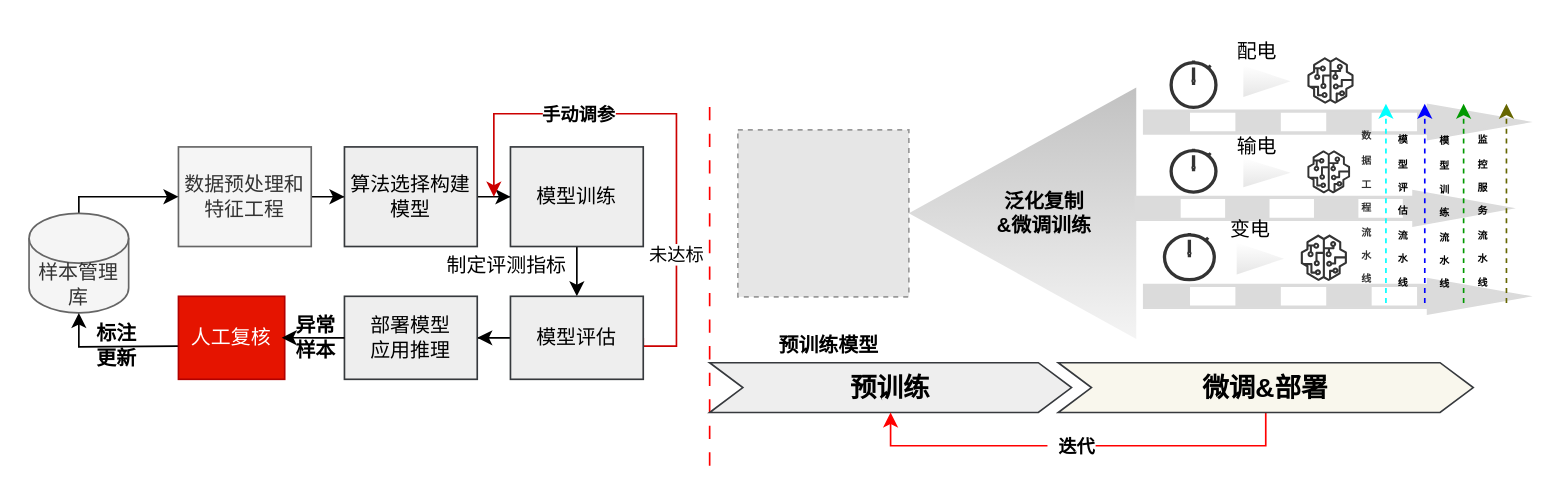
paleblackless/diagrams keeps this draw.io diagram as page "手动调优和自动调优" (3 of 4) of MLops流程架构.drawio. Above is the earlier version. Source tidied: cells renumbered, new cells numbered last; positions are measured from the earlier drawing's top-left corner, leaving out a move shared by most shapes. Both pictures are drawn from the tidied source at 166%, with x=0, y=0 at pixel (28, 38). Pictures stored in the file or linked from it are replaced by grey dashed boxes.
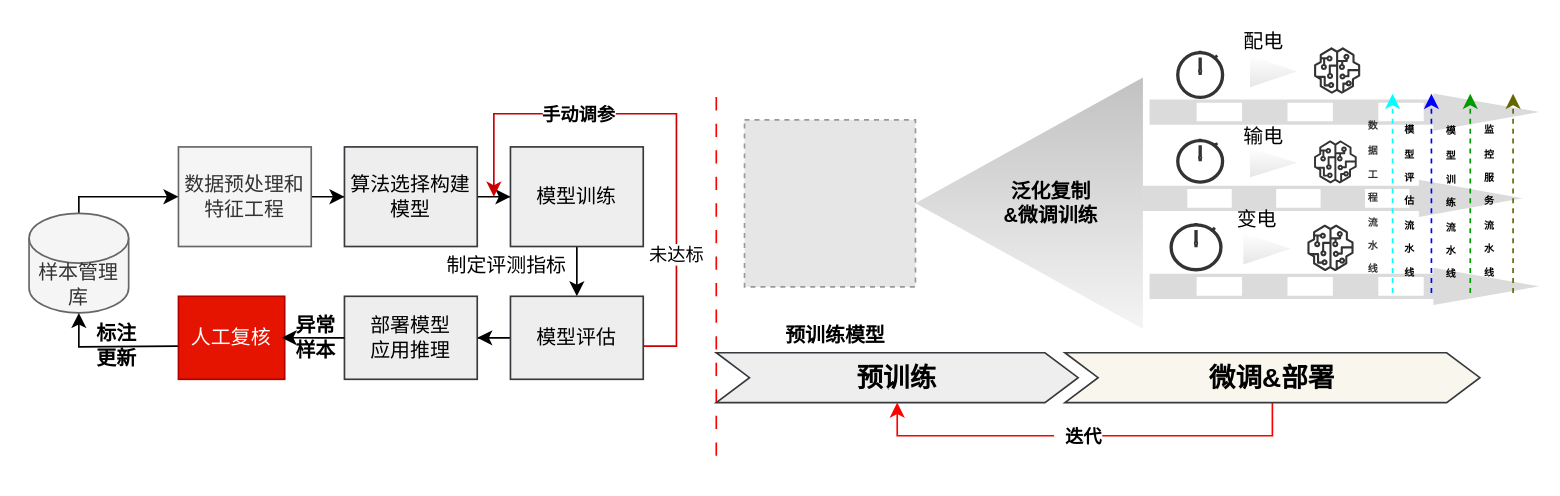
Above is the later version.

Commit message:
更新MLops流程架构.drawio

What changed in the source:
```diff
@@
-    <mxCell id="18" style="endArrow=none;html=1;rounded=0;dashed=1;dashPattern=8 8;strokeColor=#FF0000;" parent="1" edge="1">
-      <mxGeometry relative="1" as="geometry">
-        <mxPoint x="410" y="257" as="sourcePoint" />
-        <mxPoint x="410" y="37" as="targetPoint" />
-      </mxGeometry>
-    </mxCell>
@@
+    <mxCell id="58" style="group;" parent="1" vertex="1">
+      <mxGeometry x="414" y="-6" width="490" height="257" as="geometry" />
+    </mxCell>
+    <mxCell id="18" style="endArrow=none;html=1;rounded=0;dashed=1;dashPattern=8 8;strokeColor=#FF0000;" parent="58" edge="1">
+      <mxGeometry relative="1" as="geometry">
+        <mxPoint y="257" as="sourcePoint" />
+        <mxPoint y="37" as="targetPoint" />
+      </mxGeometry>
+    </mxCell>
-    <mxCell id="23" style="group;strokeWidth=2;" parent="1" vertex="1">
-      <mxGeometry x="410" y="195" width="460" height="30" as="geometry" />
+    <mxCell id="23" style="group;strokeWidth=2;" parent="58" vertex="1">
+      <mxGeometry y="195" width="460" height="30" as="geometry" />
     </mxCell>
@@
-    <mxCell id="28" value="&lt;b&gt;&lt;span style=&quot;white-space: pre;&quot;&gt;&#9;&lt;/span&gt;泛化复制&lt;br&gt;&lt;span style=&quot;white-space: pre;&quot;&gt;&#9;&lt;/span&gt;&amp;amp;微调训练&lt;/b&gt;" style="triangle;whiteSpace=wrap;html=1;rotation=0;fillColor=#DBDBDB;strokeColor=none;gradientColor=#333333;opacity=30;direction=west;" parent="1" vertex="1">
-      <mxGeometry x="530" y="29.2" width="137" height="151.5" as="geometry" />
+    <mxCell id="28" value="&lt;b&gt;&lt;span style=&quot;white-space: pre;&quot;&gt;&#9;&lt;/span&gt;泛化复制&lt;br&gt;&lt;span style=&quot;white-space: pre;&quot;&gt;&#9;&lt;/span&gt;&amp;amp;微调训练&lt;/b&gt;" style="triangle;whiteSpace=wrap;html=1;rotation=0;fillColor=#DBDBDB;strokeColor=none;gradientColor=#333333;opacity=30;direction=west;" parent="58" vertex="1">
+      <mxGeometry x="120" y="29.2" width="137" height="151.5" as="geometry" />
     </mxCell>
-    <mxCell id="29" style="fillColor=#E6E6E6;strokeColor=#999999;dashed=1;verticalLabelPosition=bottom;labelBackgroundColor=default;verticalAlign=top;" parent="1" vertex="1">
-      <mxGeometry x="427" y="54.7" width="103" height="100.6" as="geometry" />
+    <mxCell id="29" style="fillColor=#E6E6E6;strokeColor=#999999;dashed=1;verticalLabelPosition=bottom;labelBackgroundColor=default;verticalAlign=top;" parent="58" vertex="1">
+      <mxGeometry x="17" y="54.7" width="103" height="100.6" as="geometry" />
     </mxCell>
-    <mxCell id="30" value="&lt;b&gt;预训练模型&lt;/b&gt;" style="text;html=1;strokeColor=none;fillColor=none;align=center;verticalAlign=middle;whiteSpace=wrap;rounded=0;" parent="1" vertex="1">
-      <mxGeometry x="442.5" y="169.5" width="78" height="30" as="geometry" />
+    <mxCell id="30" value="&lt;b&gt;预训练模型&lt;/b&gt;" style="text;html=1;strokeColor=none;fillColor=none;align=center;verticalAlign=middle;whiteSpace=wrap;rounded=0;" parent="58" vertex="1">
+      <mxGeometry x="32.5" y="169.5" width="78" height="30" as="geometry" />
     </mxCell>
-    <mxCell id="31" style="verticalLabelPosition=bottom;html=1;verticalAlign=top;strokeWidth=2;shape=mxgraph.lean_mapping.push_arrow;strokeColor=#DBDBDB;" parent="1" vertex="1">
-      <mxGeometry x="672" y="40" width="228" height="20" as="geometry" />
+    <mxCell id="31" style="verticalLabelPosition=bottom;html=1;verticalAlign=top;strokeWidth=2;shape=mxgraph.lean_mapping.push_arrow;strokeColor=#DBDBDB;" parent="58" vertex="1">
+      <mxGeometry x="262" y="40" width="228" height="20" as="geometry" />
     </mxCell>
-    <mxCell id="32" style="verticalLabelPosition=bottom;html=1;verticalAlign=top;strokeWidth=2;shape=mxgraph.lean_mapping.push_arrow;strokeColor=#DBDBDB;" parent="1" vertex="1">
-      <mxGeometry x="667" y="92" width="223" height="20" as="geometry" />
+    <mxCell id="32" style="verticalLabelPosition=bottom;html=1;verticalAlign=top;strokeWidth=2;shape=mxgraph.lean_mapping.push_arrow;strokeColor=#DBDBDB;" parent="58" vertex="1">
+      <mxGeometry x="257" y="92" width="223" height="20" as="geometry" />
     </mxCell>
-    <mxCell id="33" style="verticalLabelPosition=bottom;html=1;verticalAlign=top;strokeWidth=2;shape=mxgraph.lean_mapping.push_arrow;strokeColor=#DBDBDB;" parent="1" vertex="1">
-      <mxGeometry x="672" y="145" width="228" height="20" as="geometry" />
+    <mxCell id="33" style="verticalLabelPosition=bottom;html=1;verticalAlign=top;strokeWidth=2;shape=mxgraph.lean_mapping.push_arrow;strokeColor=#DBDBDB;" parent="58" vertex="1">
+      <mxGeometry x="262" y="145" width="228" height="20" as="geometry" />
     </mxCell>
-    <mxCell id="34" style="group;" parent="1" vertex="1">
-      <mxGeometry x="688" width="110" height="41.2" as="geometry" />
+    <mxCell id="34" style="group;" parent="58" vertex="1">
+      <mxGeometry x="278" width="110" height="41.2" as="geometry" />
     </mxCell>
@@
-    <mxCell id="39" style="group;" parent="1" vertex="1">
-      <mxGeometry x="688" y="58" width="110" height="37" as="geometry" />
+    <mxCell id="39" style="group;" parent="58" vertex="1">
+      <mxGeometry x="278" y="58" width="110" height="37" as="geometry" />
     </mxCell>
@@
-    <mxCell id="44" style="group;" parent="1" vertex="1">
-      <mxGeometry x="684" y="108" width="110" height="40" as="geometry" />
+    <mxCell id="44" style="group;" parent="58" vertex="1">
+      <mxGeometry x="274" y="108" width="110" height="40" as="geometry" />
     </mxCell>
@@
-    <mxCell id="49" style="group;" parent="1" vertex="1">
-      <mxGeometry x="801" y="39" width="89" height="120" as="geometry" />
+    <mxCell id="49" style="group;" parent="58" vertex="1">
+      <mxGeometry x="391" y="39" width="89" height="120" as="geometry" />
     </mxCell>
```
